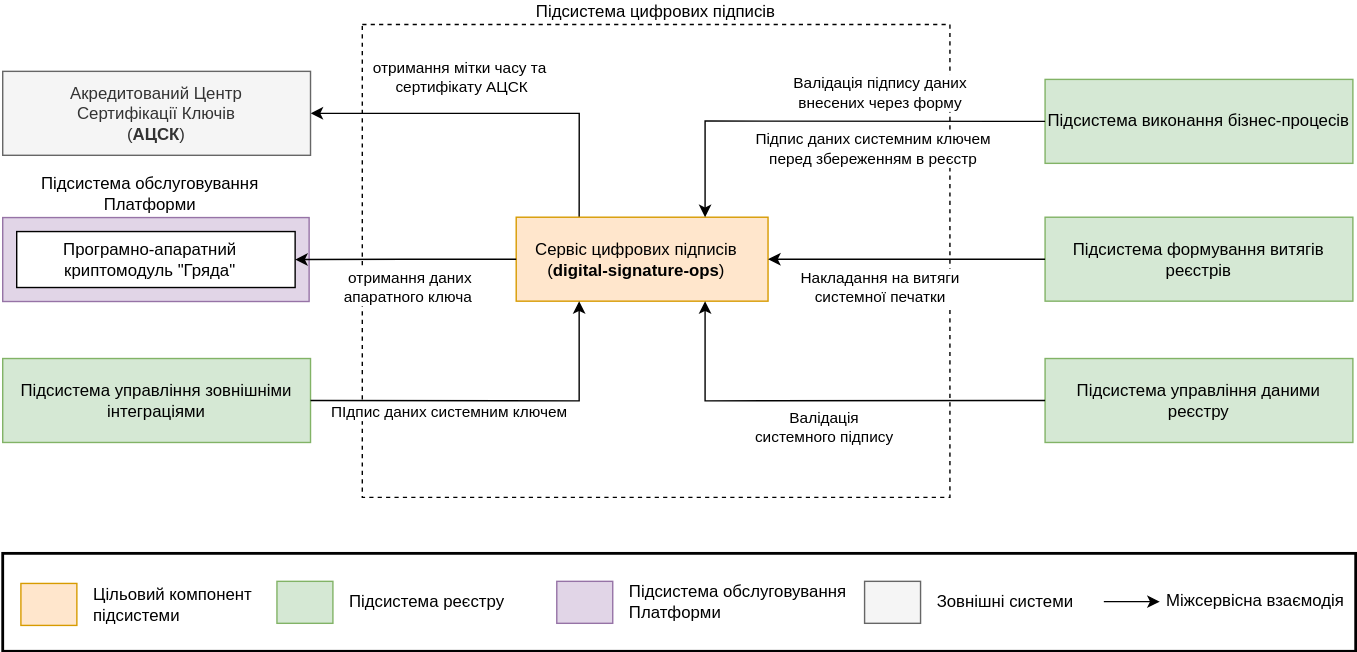
This is docs/ua/modules/arch/images/architecture/registry/operational/digital-signatures/digital-signature-overview.drawio.svg from epam/edp-ddm-architecture, a draw.io export, as it was before one commit. Source tidied: cells renumbered, new cells last; positions are measured from the earlier drawing's top-left corner, leaving out a move shared by most shapes.
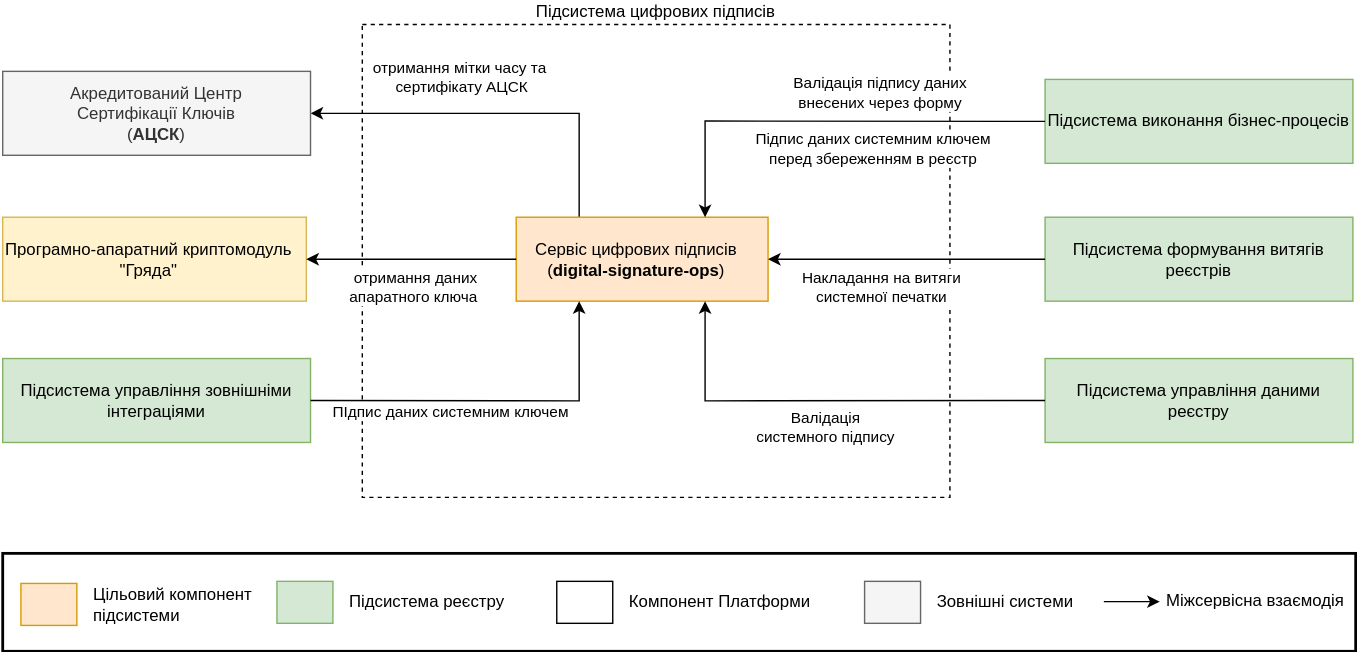
After the commit.

The edit, as a diff of the source:
```diff
@@ -16,11 +16,8 @@
     <mxCell id="5" value="Сервіс цифрових підписів&lt;br&gt;(&lt;b&gt;digital-signature-ops&lt;/b&gt;)" style="rounded=0;whiteSpace=wrap;html=1;labelPosition=center;verticalLabelPosition=middle;align=center;verticalAlign=middle;spacingRight=8;fillColor=#ffe6cc;strokeColor=#d79b00;" parent="1" vertex="1">
       <mxGeometry x="367" y="137.8" width="180" height="60" as="geometry" />
     </mxCell>
-    <mxCell id="6" value="Підсистема обслуговування Платформи" style="rounded=0;whiteSpace=wrap;html=1;labelPosition=center;verticalLabelPosition=top;align=center;verticalAlign=bottom;spacingRight=8;fillColor=#e1d5e7;strokeColor=#9673a6;" parent="1" vertex="1">
-      <mxGeometry y="138" width="219" height="60" as="geometry" />
-    </mxCell>
-    <mxCell id="7" value="Програмно-апаратний криптомодуль &quot;Гряда&quot;" style="rounded=0;whiteSpace=wrap;html=1;labelPosition=center;verticalLabelPosition=middle;align=center;verticalAlign=middle;spacingRight=8;" parent="1" vertex="1">
-      <mxGeometry x="10" y="148" width="199" height="40" as="geometry" />
+    <mxCell id="7" value="Програмно-апаратний криптомодуль &quot;Гряда&quot;" style="rounded=0;whiteSpace=wrap;html=1;labelPosition=center;verticalLabelPosition=middle;align=center;verticalAlign=middle;spacingRight=8;fillColor=#fff2cc;strokeColor=#d6b656;" parent="1" vertex="1">
+      <mxGeometry y="137.8" width="217" height="60" as="geometry" />
     </mxCell>
     <mxCell id="8" style="edgeStyle=orthogonalEdgeStyle;rounded=0;jettySize=auto;html=1;entryX=1;entryY=0.5;entryDx=0;entryDy=0;exitX=0;exitY=0.5;exitDx=0;exitDy=0;" parent="1" edge="1" source="5" target="7">
       <mxGeometry relative="1" as="geometry" />
@@ -54,10 +51,10 @@
         </Array>
       </mxGeometry>
     </mxCell>
-    <mxCell id="16" style="rounded=0;whiteSpace=wrap;html=1;strokeWidth=1;labelPosition=center;verticalLabelPosition=top;align=center;verticalAlign=bottom;fillColor=#e1d5e7;strokeColor=#9673a6;" parent="1" vertex="1">
+    <mxCell id="16" style="rounded=0;whiteSpace=wrap;html=1;strokeWidth=1;labelPosition=center;verticalLabelPosition=top;align=center;verticalAlign=bottom;" parent="1" vertex="1">
       <mxGeometry x="396" y="398" width="40" height="30" as="geometry" />
     </mxCell>
-    <mxCell id="17" value="Підсистема обслуговування Платформи" style="text;html=1;strokeColor=none;fillColor=none;align=left;verticalAlign=middle;whiteSpace=wrap;rounded=0;" parent="1" vertex="1">
+    <mxCell id="17" value="Компонент Платформи" style="text;html=1;strokeColor=none;fillColor=none;align=left;verticalAlign=middle;whiteSpace=wrap;rounded=0;" parent="1" vertex="1">
       <mxGeometry x="446" y="398" width="167" height="30" as="geometry" />
     </mxCell>
     <mxCell id="18" style="rounded=0;whiteSpace=wrap;html=1;strokeWidth=1;labelPosition=center;verticalLabelPosition=top;align=center;verticalAlign=bottom;fillColor=#f5f5f5;fontColor=#333333;strokeColor=#666666;" parent="1" vertex="1">
```
